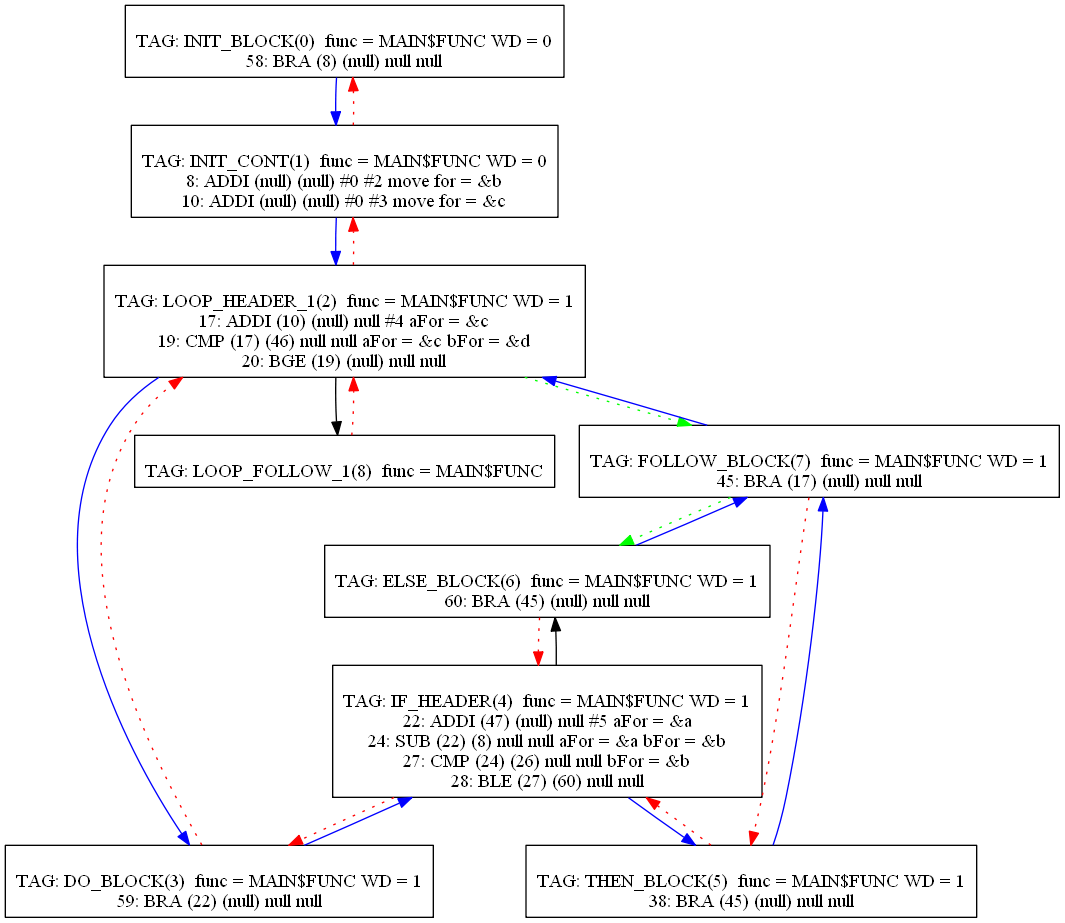
The Graphviz diagram Compiler/23graph.png in mbajaj92/Project-Astoria, before a commit. Its source is kept beside it as Compiler/23graph.dot.
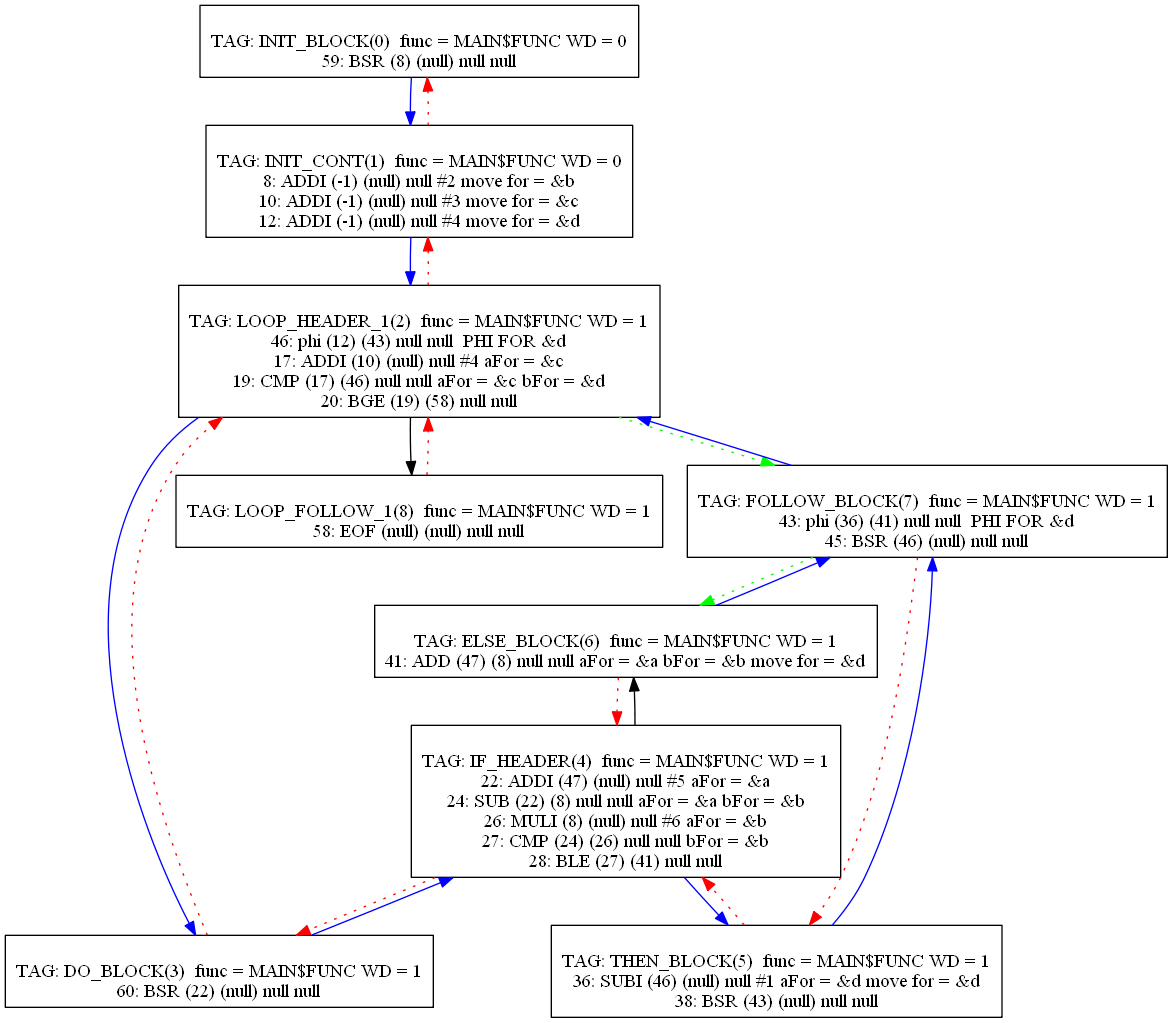
Above is the later version.

Change to the diagram source:
```diff
@@ -1,23 +1,25 @@
 digraph {
 0[label="
 TAG: INIT_BLOCK(0)  func = MAIN$FUNC WD = 0
-58: BRA (8) (null) null null
+59: BSR (8) (null) null null
 "];
 0[shape=box];
 0 -> 1[color=blue]
 1[label="
 TAG: INIT_CONT(1)  func = MAIN$FUNC WD = 0
-8: ADDI (null) (null) #0 #2 move for = &b
-10: ADDI (null) (null) #0 #3 move for = &c
+8: ADDI (-1) (null) null #2 move for = &b
+10: ADDI (-1) (null) null #3 move for = &c
+12: ADDI (-1) (null) null #4 move for = &d
 "];
 1[shape=box];
 1 -> 2[color=blue]
 1 -> 0[color=red][style=dotted]
 2[label="
 TAG: LOOP_HEADER_1(2)  func = MAIN$FUNC WD = 1
+46: phi (12) (43) null null  PHI FOR &d
 17: ADDI (10) (null) null #4 aFor = &c
 19: CMP (17) (46) null null aFor = &c bFor = &d
-20: BGE (19) (null) null null
+20: BGE (19) (58) null null
 "];
 2[shape=box];
 2 -> 3[color=blue]
@@ -26,7 +28,7 @@
 2 -> 7[color=green][style=dotted]
 3[label="
 TAG: DO_BLOCK(3)  func = MAIN$FUNC WD = 1
-59: BRA (22) (null) null null
+60: BSR (22) (null) null null
 "];
 3[shape=box];
 3 -> 4[color=blue]
@@ -35,8 +37,9 @@
 TAG: IF_HEADER(4)  func = MAIN$FUNC WD = 1
 22: ADDI (47) (null) null #5 aFor = &a
 24: SUB (22) (8) null null aFor = &a bFor = &b
+26: MULI (8) (null) null #6 aFor = &b
 27: CMP (24) (26) null null bFor = &b
-28: BLE (27) (60) null null
+28: BLE (27) (41) null null
 "];
 4[shape=box];
 4 -> 5[color=blue]
@@ -44,28 +47,31 @@
 4 -> 3[color=red][style=dotted]
 5[label="
 TAG: THEN_BLOCK(5)  func = MAIN$FUNC WD = 1
-38: BRA (45) (null) null null
+36: SUBI (46) (null) null #1 aFor = &d move for = &d
+38: BSR (43) (null) null null
 "];
 5[shape=box];
 5 -> 7[color=blue]
 5 -> 4[color=red][style=dotted]
 6[label="
 TAG: ELSE_BLOCK(6)  func = MAIN$FUNC WD = 1
-60: BRA (45) (null) null null
+41: ADD (47) (8) null null aFor = &a bFor = &b move for = &d
 "];
 6[shape=box];
 6 -> 7[color=blue]
 6 -> 4[color=red][style=dotted]
 7[label="
 TAG: FOLLOW_BLOCK(7)  func = MAIN$FUNC WD = 1
-45: BRA (17) (null) null null
+43: phi (36) (41) null null  PHI FOR &d
+45: BSR (46) (null) null null
 "];
 7[shape=box];
 7 -> 2[color=blue]
 7 -> 5[color=red][style=dotted]
 7 -> 6[color=green][style=dotted]
 8[label="
-TAG: LOOP_FOLLOW_1(8)  func = MAIN$FUNC
+TAG: LOOP_FOLLOW_1(8)  func = MAIN$FUNC WD = 1
+58: EOF (null) (null) null null
 "];
 8[shape=box];
 8 -> 2[color=red][style=dotted]
```
